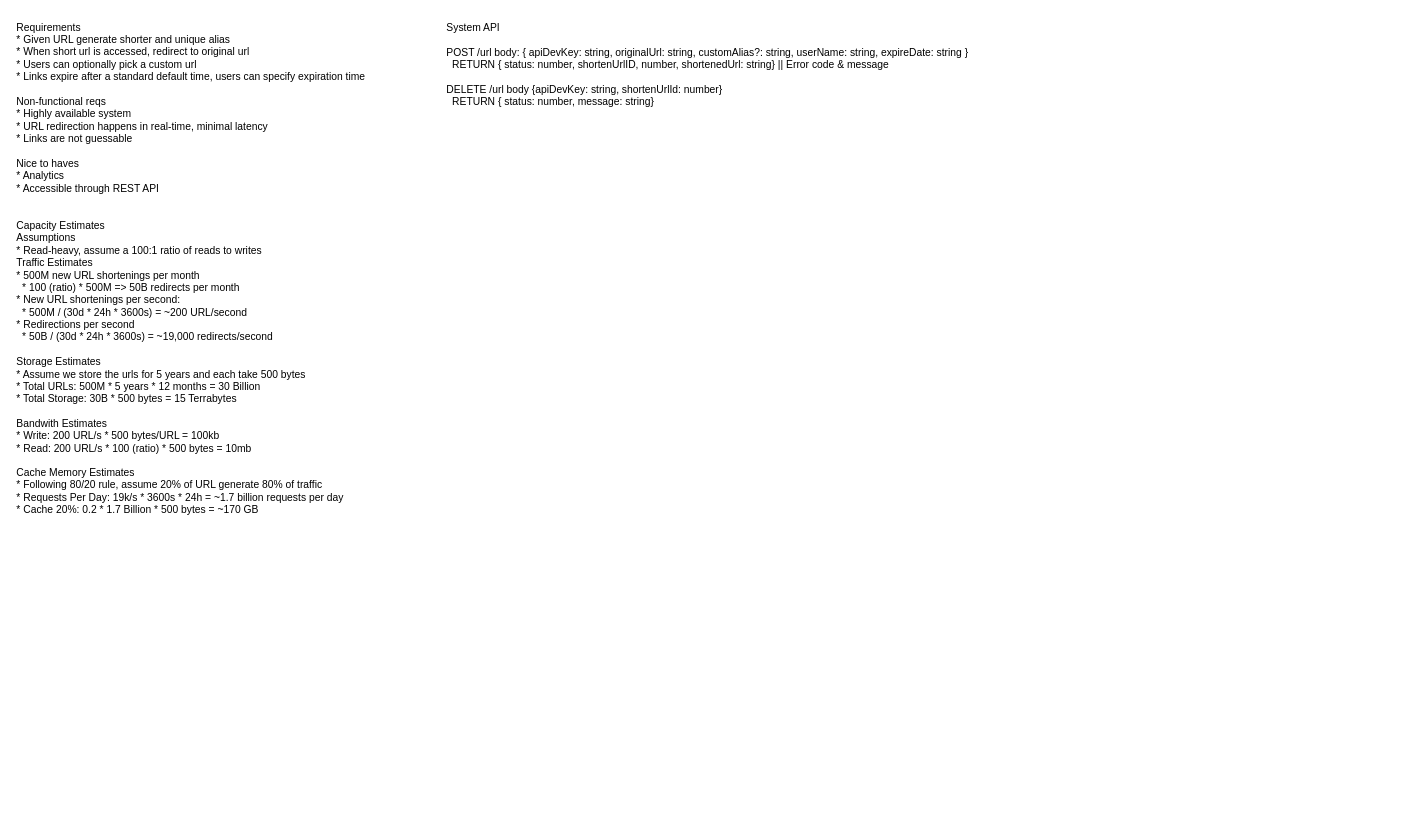
jossjacobo/Grokking-System-Design keeps this draw.io diagram as Untitled Diagram.drawio. Above is the earlier version. Source tidied: cells renumbered, new cells numbered last; positions are measured from the earlier drawing's top-left corner, leaving out a move shared by most shapes. Both pictures are drawn from the tidied source at 86%, with x=0, y=0 at pixel (15, 15).
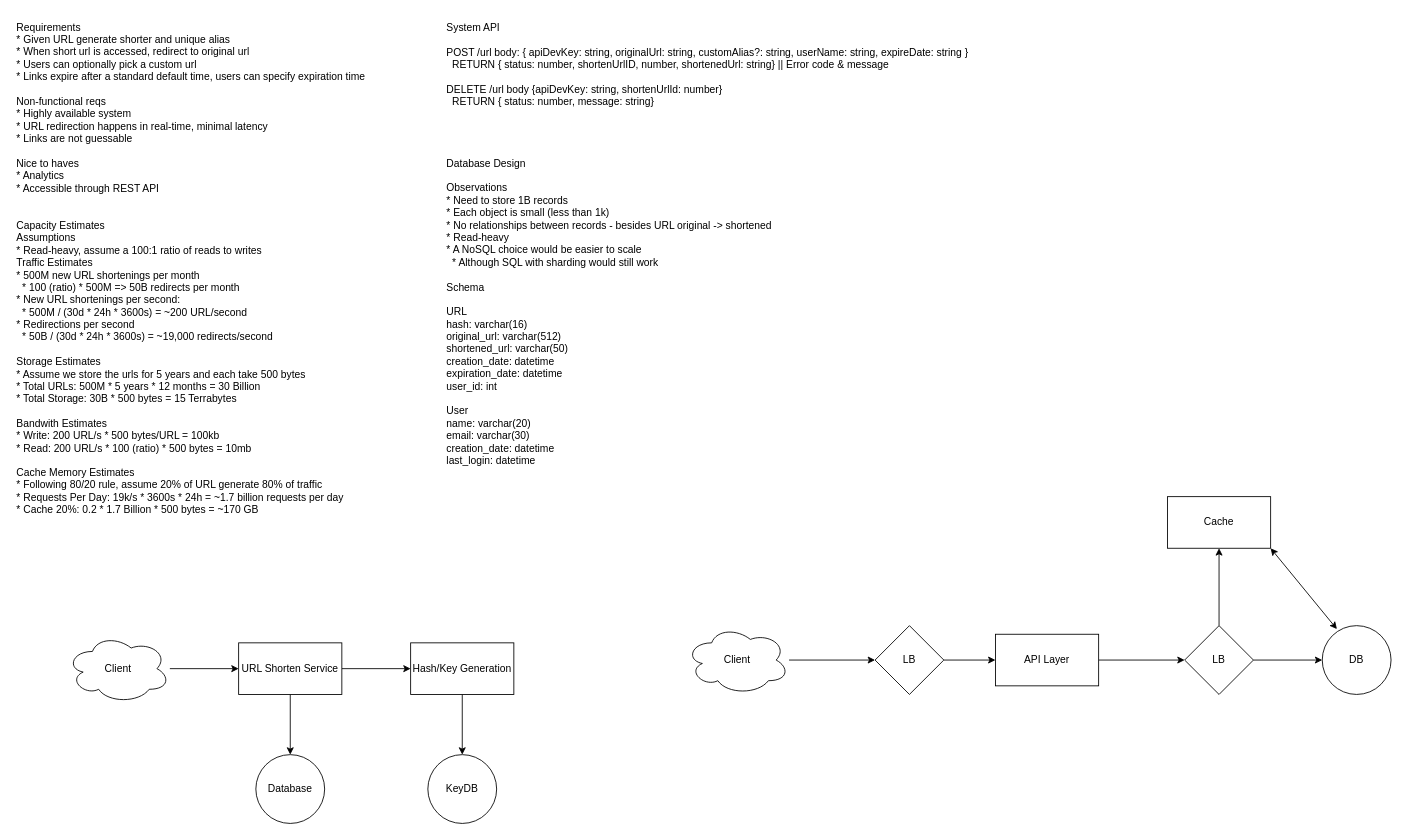
The same diagram, later.

Diff of the diagram source:
```diff
@@
+    <mxCell id="4" value="Database Design&lt;br&gt;&lt;br&gt;Observations&lt;br&gt;* Need to store 1B records&lt;br&gt;* Each object is small (less than 1k)&lt;br&gt;* No relationships between records - besides URL original -&amp;gt; shortened&lt;br&gt;* Read-heavy&lt;br&gt;* A NoSQL choice would be easier to scale&lt;br&gt;&amp;nbsp; * Although SQL with sharding would still work&lt;br&gt;&lt;br&gt;Schema&lt;br&gt;&lt;br&gt;URL&lt;br&gt;hash: varchar(16)&lt;br&gt;original_url: varchar(512)&lt;br&gt;shortened_url: varchar(50)&lt;br&gt;creation_date: datetime&lt;br&gt;expiration_date: datetime&lt;br&gt;user_id: int&lt;br&gt;&lt;br&gt;User&lt;br&gt;name: varchar(20)&lt;br&gt;email: varchar(30)&lt;br&gt;creation_date: datetime&lt;br&gt;last_login: datetime" style="text;html=1;align=left;verticalAlign=middle;strokeColor=none;fillColor=none;" parent="1" vertex="1">
+      <mxGeometry x="500" y="160" width="400" height="370" as="geometry" />
+    </mxCell>
+    <mxCell id="5" style="edgeStyle=orthogonalEdgeStyle;rounded=0;jettySize=auto;html=1;" parent="1" edge="1" source="6" target="9">
+      <mxGeometry relative="1" as="geometry" />
+    </mxCell>
+    <mxCell id="6" value="Client" style="ellipse;shape=cloud;whiteSpace=wrap;html=1;" parent="1" vertex="1">
+      <mxGeometry x="60" y="720" width="120" height="80" as="geometry" />
+    </mxCell>
+    <mxCell id="7" style="edgeStyle=orthogonalEdgeStyle;rounded=0;jettySize=auto;html=1;" parent="1" edge="1" source="9" target="11">
+      <mxGeometry relative="1" as="geometry" />
+    </mxCell>
+    <mxCell id="8" style="edgeStyle=orthogonalEdgeStyle;rounded=0;jettySize=auto;html=1;" parent="1" edge="1" source="9" target="12">
+      <mxGeometry relative="1" as="geometry" />
+    </mxCell>
+    <mxCell id="9" value="URL Shorten Service" style="whiteSpace=wrap;html=1;" parent="1" vertex="1">
+      <mxGeometry x="260" y="730" width="120" height="60" as="geometry" />
+    </mxCell>
+    <mxCell id="10" style="edgeStyle=orthogonalEdgeStyle;rounded=0;jettySize=auto;html=1;" parent="1" edge="1" source="11" target="13">
+      <mxGeometry relative="1" as="geometry" />
+    </mxCell>
+    <mxCell id="11" value="Hash/Key Generation" style="whiteSpace=wrap;html=1;" parent="1" vertex="1">
+      <mxGeometry x="460" y="730" width="120" height="60" as="geometry" />
+    </mxCell>
+    <mxCell id="12" value="Database" style="ellipse;whiteSpace=wrap;html=1;" parent="1" vertex="1">
+      <mxGeometry x="280" y="860" width="80" height="80" as="geometry" />
+    </mxCell>
+    <mxCell id="13" value="KeyDB" style="ellipse;whiteSpace=wrap;html=1;" parent="1" vertex="1">
+      <mxGeometry x="480" y="860" width="80" height="80" as="geometry" />
+    </mxCell>
+    <mxCell id="14" style="edgeStyle=orthogonalEdgeStyle;rounded=0;jettySize=auto;html=1;" parent="1" edge="1" source="15" target="17">
+      <mxGeometry relative="1" as="geometry" />
+    </mxCell>
+    <mxCell id="15" value="Client" style="ellipse;shape=cloud;whiteSpace=wrap;html=1;" parent="1" vertex="1">
+      <mxGeometry x="780" y="710" width="120" height="80" as="geometry" />
+    </mxCell>
+    <mxCell id="16" style="edgeStyle=orthogonalEdgeStyle;rounded=0;jettySize=auto;html=1;" parent="1" edge="1" source="17" target="19">
+      <mxGeometry relative="1" as="geometry" />
+    </mxCell>
+    <mxCell id="17" value="LB" style="rhombus;whiteSpace=wrap;html=1;" parent="1" vertex="1">
+      <mxGeometry x="1000" y="710" width="80" height="80" as="geometry" />
+    </mxCell>
+    <mxCell id="18" style="edgeStyle=orthogonalEdgeStyle;rounded=0;jettySize=auto;html=1;" parent="1" edge="1" source="19" target="22">
+      <mxGeometry relative="1" as="geometry" />
+    </mxCell>
+    <mxCell id="19" value="API Layer" style="whiteSpace=wrap;html=1;" parent="1" vertex="1">
+      <mxGeometry x="1140" y="720" width="120" height="60" as="geometry" />
+    </mxCell>
+    <mxCell id="20" style="edgeStyle=orthogonalEdgeStyle;rounded=0;jettySize=auto;html=1;" parent="1" edge="1" source="22" target="23">
+      <mxGeometry relative="1" as="geometry" />
+    </mxCell>
+    <mxCell id="21" style="edgeStyle=orthogonalEdgeStyle;rounded=0;jettySize=auto;html=1;" parent="1" edge="1" source="22" target="25">
+      <mxGeometry relative="1" as="geometry" />
+    </mxCell>
+    <mxCell id="22" value="LB" style="rhombus;whiteSpace=wrap;html=1;" parent="1" vertex="1">
+      <mxGeometry x="1360" y="710" width="80" height="80" as="geometry" />
+    </mxCell>
+    <mxCell id="23" value="DB" style="ellipse;whiteSpace=wrap;html=1;" parent="1" vertex="1">
+      <mxGeometry x="1520" y="710" width="80" height="80" as="geometry" />
+    </mxCell>
+    <mxCell id="24" style="rounded=0;jettySize=auto;html=1;exitX=1;exitY=1;exitDx=0;exitDy=0;entryX=0.213;entryY=0.05;entryDx=0;entryDy=0;entryPerimeter=0;startArrow=classic;startFill=1;" parent="1" edge="1" source="25" target="23">
+      <mxGeometry relative="1" as="geometry" />
+    </mxCell>
+    <mxCell id="25" value="Cache" style="whiteSpace=wrap;html=1;" parent="1" vertex="1">
+      <mxGeometry x="1340" y="560" width="120" height="60" as="geometry" />
+    </mxCell>
```
